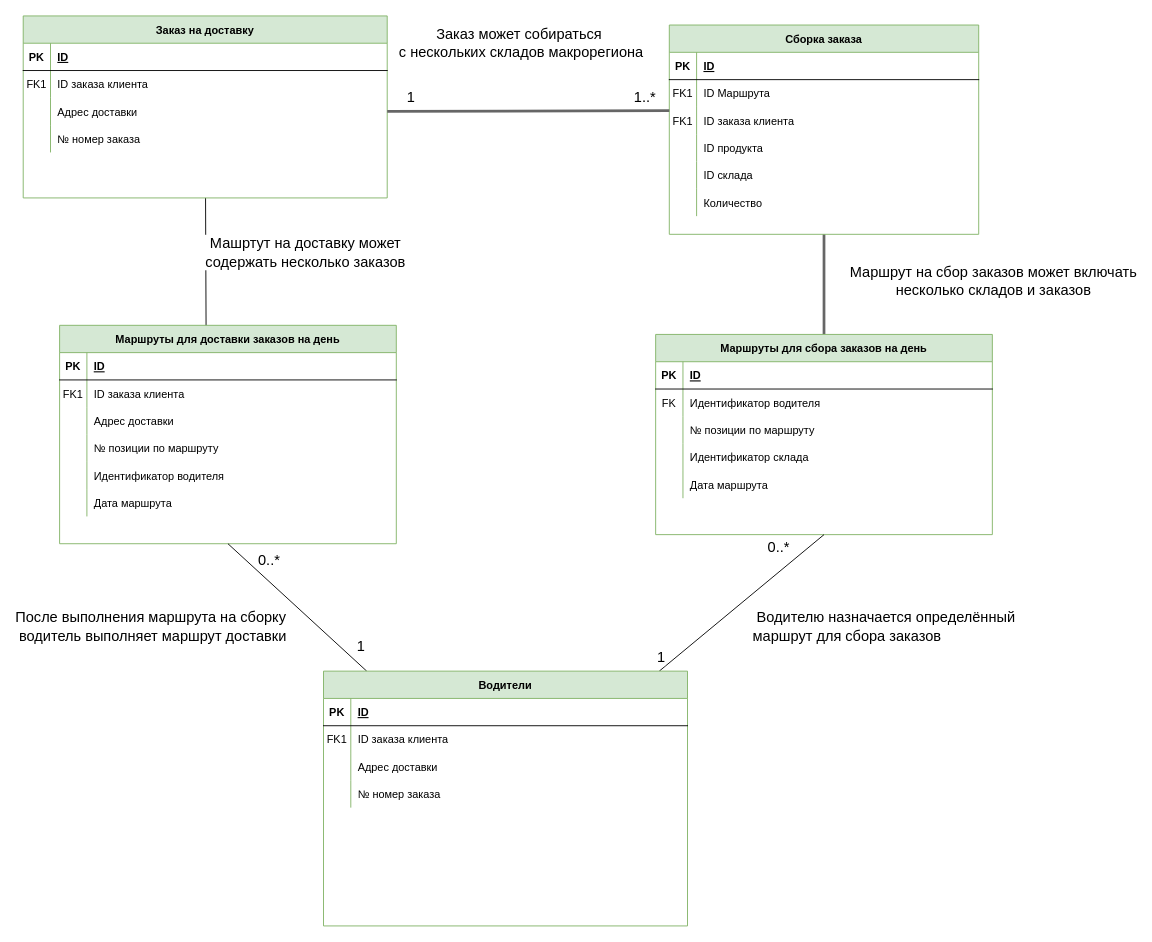
getitsoIved/examplesOfArtifacts keeps this draw.io diagram as ERD Доставка.drawio. Above is the earlier version. Source tidied: cells renumbered, new cells numbered last; positions are measured from the earlier drawing's top-left corner, leaving out a move shared by most shapes. Both pictures are drawn from the tidied source at 91%, with x=0, y=0 at pixel (23, 15).
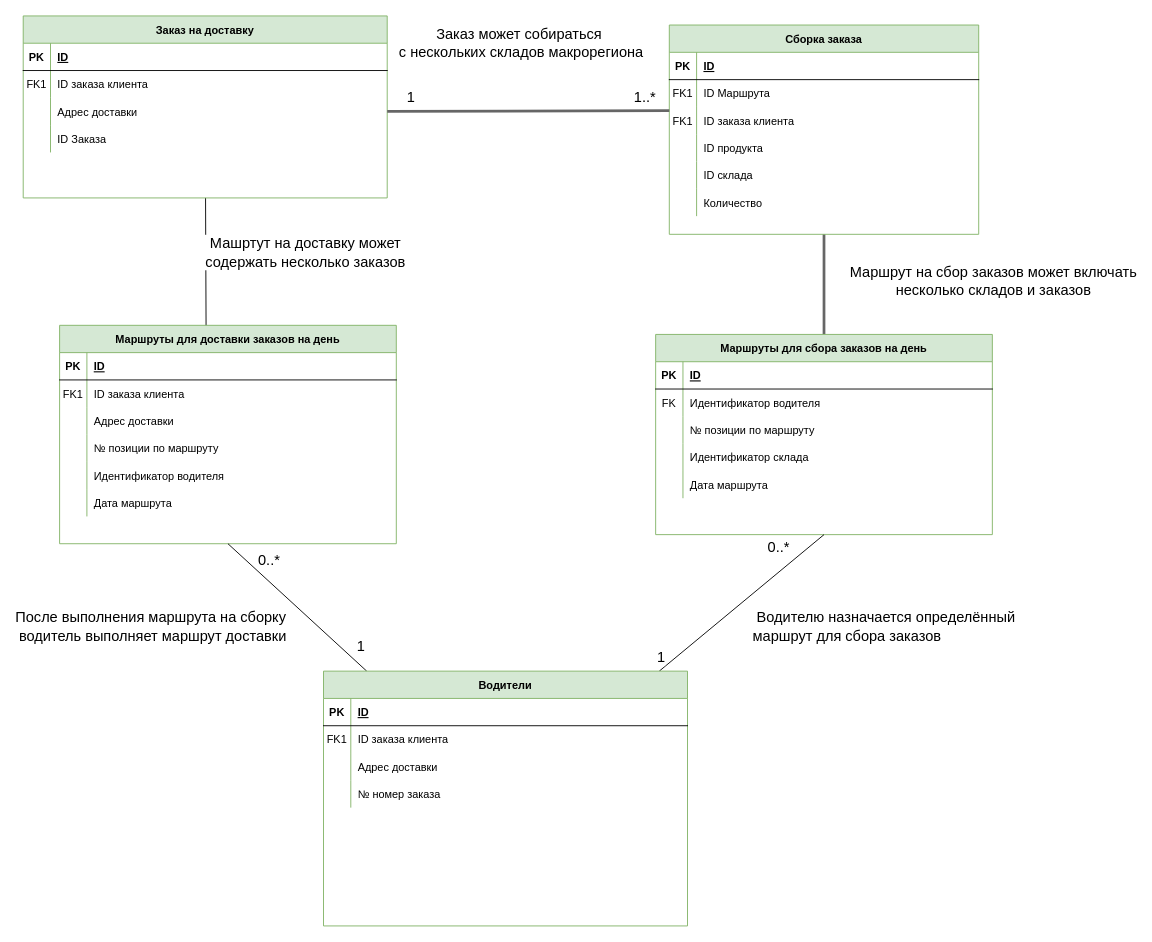
After the change.

The change refers to these unchanged cells:
```xml
<mxCell id="14" style="shape=partialRectangle;fillColor=none;top=0;left=0;right=0;bottom=0;" parent="4" vertex="1">
  <mxGeometry y="120" width="400" height="30" as="geometry" />
</mxCell>
```

Change to the diagram source:
```diff
@@
-    <mxCell id="16" value="№ номер заказа" style="shape=partialRectangle;overflow=hidden;fillColor=none;top=0;left=0;bottom=0;right=0;align=left;spacingLeft=6;" parent="14" vertex="1">
+    <mxCell id="16" value="ID Заказа" style="shape=partialRectangle;overflow=hidden;fillColor=none;top=0;left=0;bottom=0;right=0;align=left;spacingLeft=6;" parent="14" vertex="1">
       <mxGeometry x="30" width="370" height="30" as="geometry" />
     </mxCell>
```
